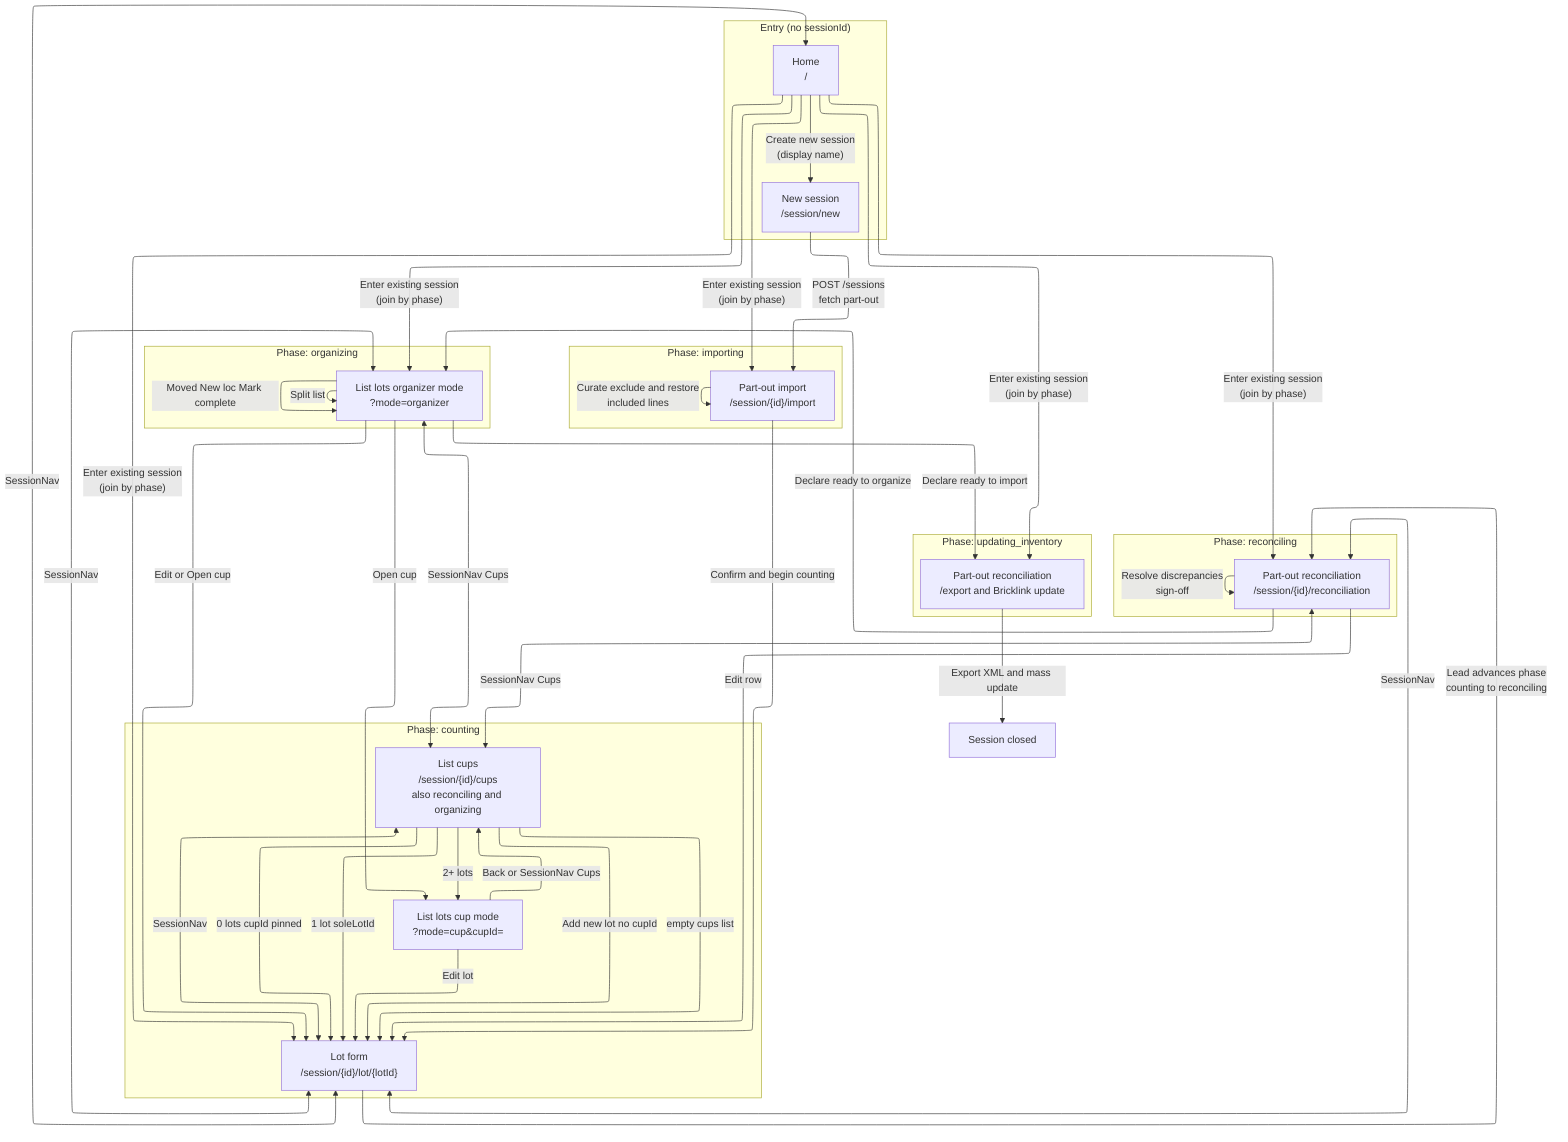
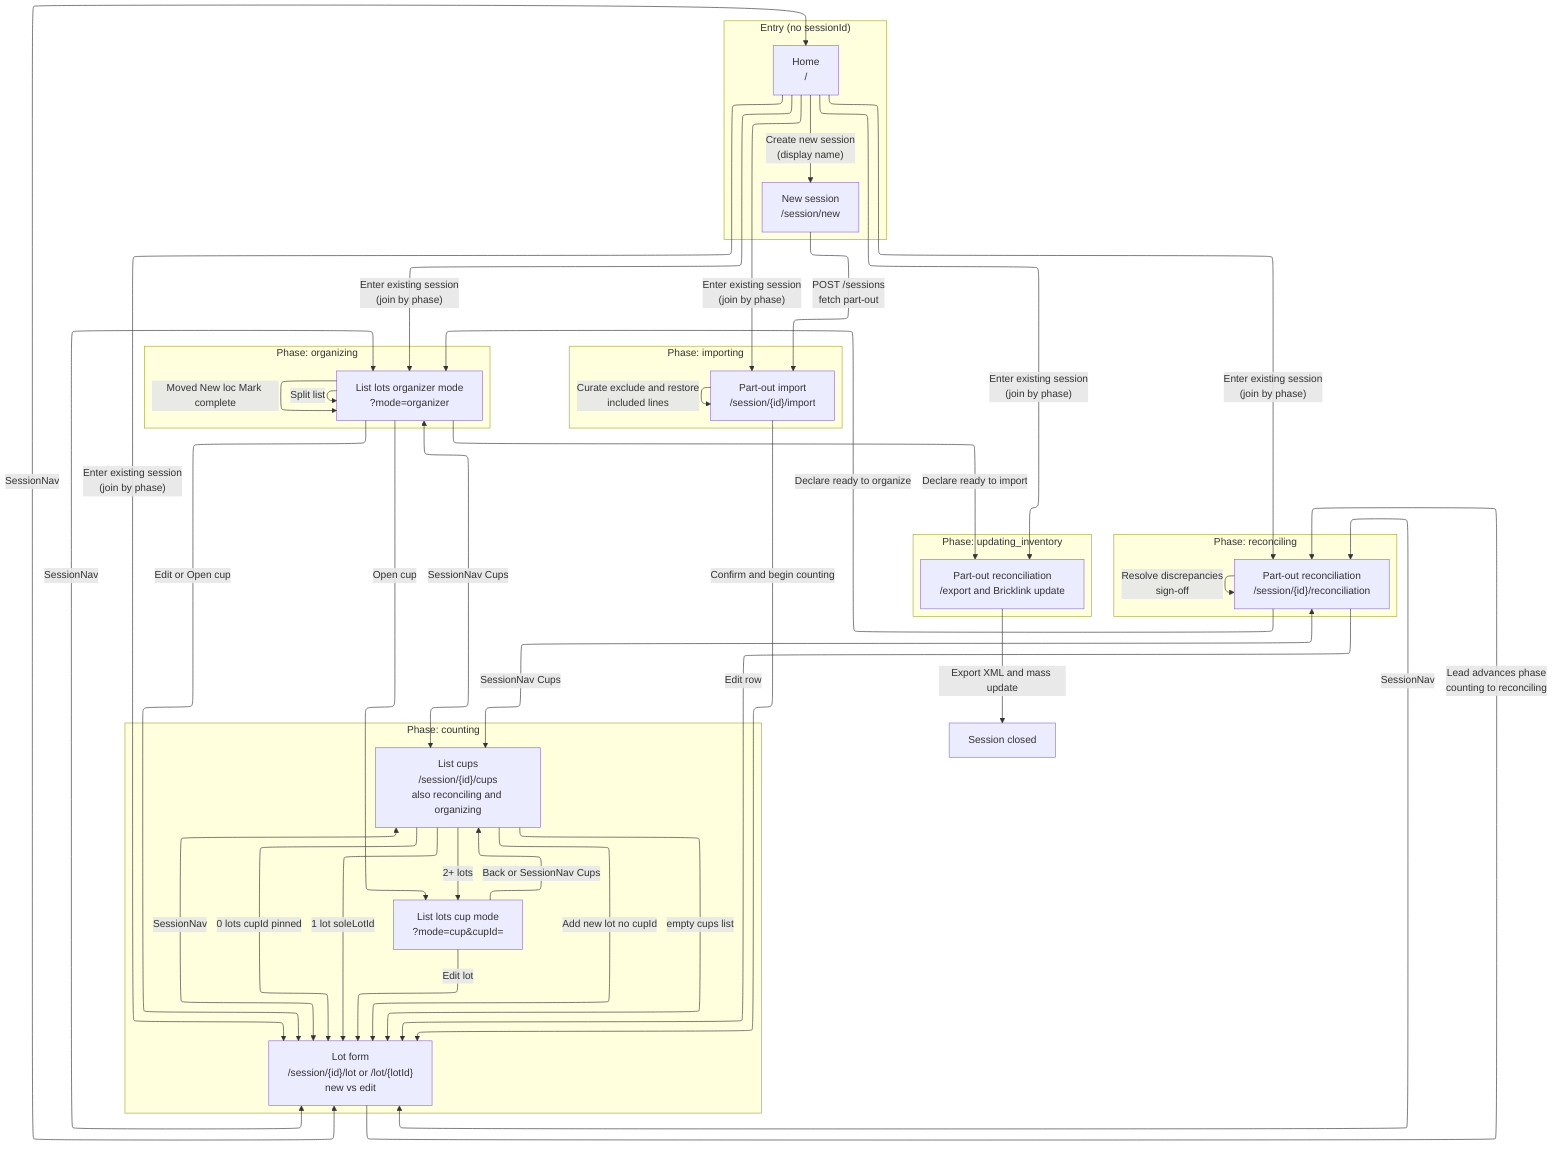
---
config:
  layout: elk
---
%% End-to-end part-out coordinator workflow (storyboard order)
%% Sources: docs/view-specs/README.md, storyboard.md, all seven view specs

flowchart TB
    subgraph entry["Entry (no sessionId)"]
        HOME["Home<br>/"]
        NEW["New session<br>/session/new"]
    end

    subgraph import_phase["Phase: importing"]
        IMPORT["Part-out import<br>/session/{id}/import"]
    end

    subgraph counting_phase["Phase: counting"]
-         LOT["Lot form<br>/session/{id}/lot/{lotId}"]
+         LOT["Lot form<br>/session/{id}/lot or /lot/{lotId}<br>new vs edit"]
        CUPS["List cups<br>/session/{id}/cups<br>also reconciling and organizing"]
        LOTS_CUP["List lots cup mode<br>?mode=cup&cupId="]
    end

    subgraph reconciling_phase["Phase: reconciling"]
        RECON["Part-out reconciliation<br>/session/{id}/reconciliation"]
    end

    subgraph organizing_phase["Phase: organizing"]
        LOTS_ORG["List lots organizer mode<br>?mode=organizer"]
    end

    subgraph updating_inventory_phase["Phase: updating_inventory"]
        STORE_UPDATE["Part-out reconciliation<br>/export and Bricklink update"]
    end

    CLOSED["Session closed"]

    HOME -->|"Create new session<br>(display name)"| NEW
    HOME -->|"Enter existing session<br>(join by phase)"| IMPORT
    HOME -->|"Enter existing session<br>(join by phase)"| LOT
    HOME -->|"Enter existing session<br>(join by phase)"| RECON
    HOME -->|"Enter existing session<br>(join by phase)"| LOTS_ORG
    HOME -->|"Enter existing session<br>(join by phase)"| STORE_UPDATE

    NEW -->|"POST /sessions<br>fetch part-out"| IMPORT

    IMPORT -->|"Curate exclude and restore<br>included lines"| IMPORT
    IMPORT -->|"Confirm and begin counting"| LOT

    LOT <-->|"SessionNav"| CUPS
    LOT <-->|"SessionNav"| LOTS_ORG
    LOT <-->|"SessionNav"| RECON
    LOT <-->|"SessionNav"| HOME

    RECON <-->|"SessionNav Cups"| CUPS
    LOTS_ORG <-->|"SessionNav Cups"| CUPS

    CUPS -->|"0 lots cupId pinned"| LOT
    CUPS -->|"1 lot soleLotId"| LOT
    CUPS -->|"2+ lots"| LOTS_CUP
    CUPS -->|"Add new lot no cupId"| LOT
    CUPS -->|"empty cups list"| LOT

    LOTS_CUP -->|"Edit lot"| LOT
    LOTS_CUP -->|"Back or SessionNav Cups"| CUPS

    LOT -->|"Lead advances phase<br>counting to reconciling"| RECON
    RECON -->|"Edit row"| LOT
    RECON -->|"Resolve discrepancies<br>sign-off"| RECON
    RECON -->|"Declare ready to organize"| LOTS_ORG

    LOTS_ORG -->|"Split list"| LOTS_ORG
    LOTS_ORG -->|"Moved New loc Mark complete"| LOTS_ORG
    LOTS_ORG -->|"Edit or Open cup"| LOT
    LOTS_ORG -->|"Open cup"| LOTS_CUP
    LOTS_ORG -->|"Declare ready to import"| STORE_UPDATE

    STORE_UPDATE -->|"Export XML and mass update"| CLOSED
